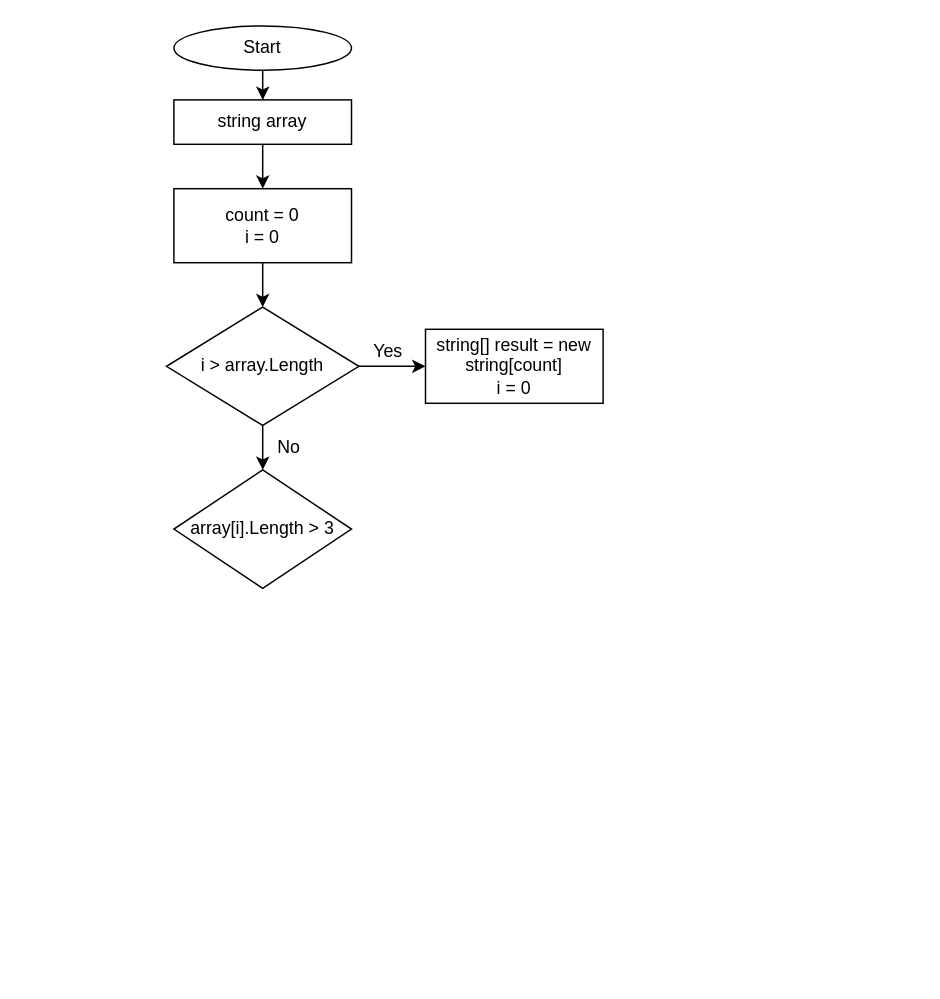
The draw.io diagram ControlTask001/Диаграмма без названия.drawio in stevgeniy/HomeWorkChek, before the edit. Source tidied: cells renumbered, new cells numbered last; positions are measured from the earlier drawing's top-left corner, leaving out a move shared by most shapes. Both pictures are drawn from the tidied source at 148%, with x=0, y=0 at pixel (166, 25).
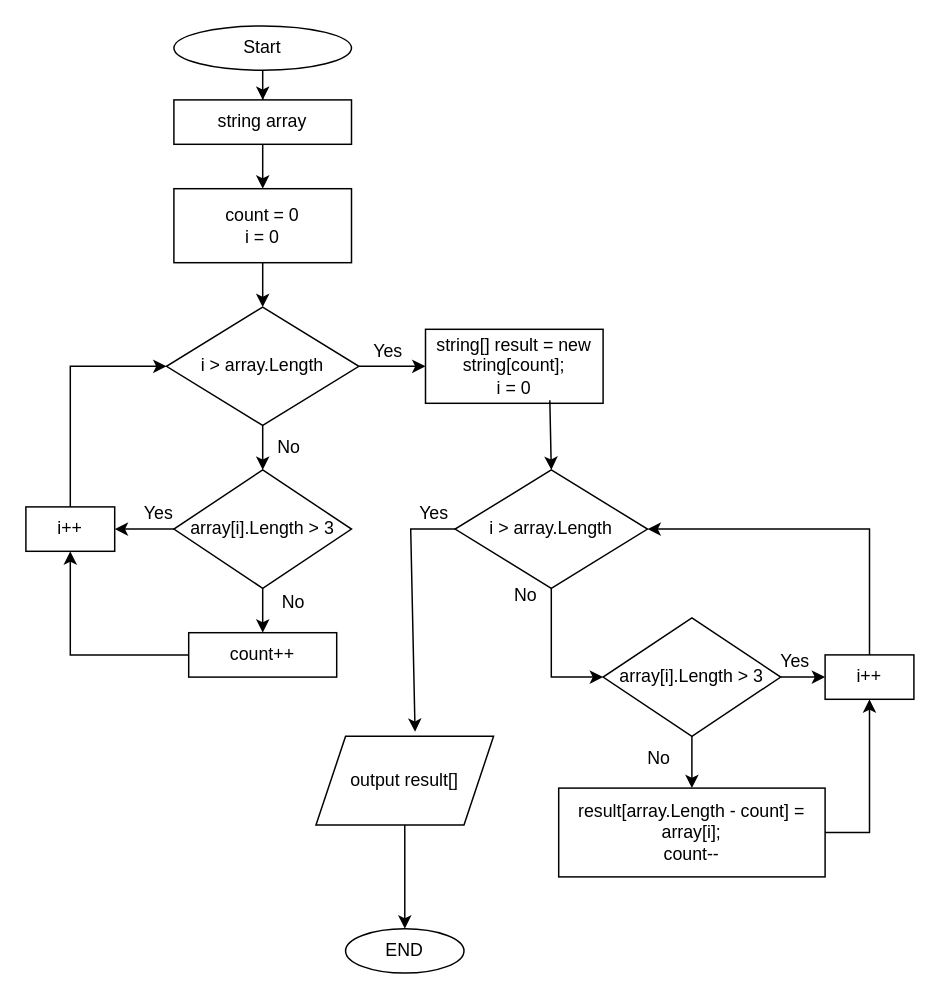
Above is the later version.

Unchanged cells that the change refers to:
```xml
<mxCell id="10" value="i &amp;gt; array.Length" style="rhombus;whiteSpace=wrap;html=1;" parent="1" vertex="1">
  <mxGeometry y="190" width="130" height="80" as="geometry" />
</mxCell>
<mxCell id="11" value="array[i].Length &amp;gt; 3" style="rhombus;whiteSpace=wrap;html=1;" parent="1" vertex="1">
  <mxGeometry x="5" y="300" width="120" height="80" as="geometry" />
</mxCell>
```

The edit, as a diff of the source:
```diff
@@
+    <mxCell id="15" style="edgeStyle=orthogonalEdgeStyle;rounded=0;jettySize=auto;html=1;" parent="1" edge="1" source="11" target="17">
+      <mxGeometry relative="1" as="geometry" />
+    </mxCell>
+    <mxCell id="16" style="edgeStyle=orthogonalEdgeStyle;rounded=0;jettySize=auto;html=1;" parent="1" edge="1" source="11" target="19">
+      <mxGeometry relative="1" as="geometry" />
+    </mxCell>
@@
-    <mxCell id="13" value="string[] result = new string[count]&lt;br&gt;i = 0" style="rounded=0;whiteSpace=wrap;html=1;" parent="1" vertex="1">
+    <mxCell id="13" value="string[] result = new string[count];&lt;br&gt;i = 0" style="rounded=0;whiteSpace=wrap;html=1;" parent="1" vertex="1">
       <mxGeometry x="175" y="205" width="120" height="50" as="geometry" />
     </mxCell>
@@
+    <mxCell id="17" value="count++" style="whiteSpace=wrap;html=1;" parent="1" vertex="1">
+      <mxGeometry x="15" y="410" width="100" height="30" as="geometry" />
+    </mxCell>
+    <mxCell id="18" value="No" style="text;html=1;strokeColor=none;fillColor=none;align=center;verticalAlign=middle;whiteSpace=wrap;rounded=0;" parent="1" vertex="1">
+      <mxGeometry x="65" y="380" width="42" height="20" as="geometry" />
+    </mxCell>
+    <mxCell id="19" value="i++" style="whiteSpace=wrap;html=1;" parent="1" vertex="1">
+      <mxGeometry x="-95" y="325" width="60" height="30" as="geometry" />
+    </mxCell>
+    <mxCell id="20" value="Yes" style="text;html=1;strokeColor=none;fillColor=none;align=center;verticalAlign=middle;whiteSpace=wrap;rounded=0;" parent="1" vertex="1">
+      <mxGeometry x="-25" y="320" width="40" height="20" as="geometry" />
+    </mxCell>
+    <mxCell id="21" style="endArrow=classic;html=1;rounded=0;exitX=0;exitY=0.5;exitDx=0;exitDy=0;entryX=0.5;entryY=1;entryDx=0;entryDy=0;" parent="1" edge="1" source="17" target="19">
+      <mxGeometry relative="1" as="geometry">
+        <Array as="points">
+          <mxPoint x="-65" y="425" />
+        </Array>
+      </mxGeometry>
+    </mxCell>
+    <mxCell id="22" style="endArrow=classic;html=1;rounded=0;exitX=0.5;exitY=0;exitDx=0;exitDy=0;entryX=0;entryY=0.5;entryDx=0;entryDy=0;" parent="1" edge="1" source="19" target="10">
+      <mxGeometry relative="1" as="geometry">
+        <Array as="points">
+          <mxPoint x="-65" y="230" />
+        </Array>
+      </mxGeometry>
+    </mxCell>
+    <mxCell id="23" style="edgeStyle=orthogonalEdgeStyle;rounded=0;jettySize=auto;html=1;" parent="1" edge="1" source="24" target="27">
+      <mxGeometry relative="1" as="geometry">
+        <Array as="points">
+          <mxPoint x="260" y="440" />
+        </Array>
+      </mxGeometry>
+    </mxCell>
+    <mxCell id="24" value="i &amp;gt; array.Length" style="rhombus;whiteSpace=wrap;html=1;" parent="1" vertex="1">
+      <mxGeometry x="195" y="300" width="130" height="80" as="geometry" />
+    </mxCell>
+    <mxCell id="25" style="edgeStyle=orthogonalEdgeStyle;rounded=0;jettySize=auto;html=1;" parent="1" edge="1" source="27" target="35">
+      <mxGeometry relative="1" as="geometry" />
+    </mxCell>
+    <mxCell id="26" style="edgeStyle=orthogonalEdgeStyle;rounded=0;jettySize=auto;html=1;" parent="1" edge="1" source="27" target="39">
+      <mxGeometry relative="1" as="geometry" />
+    </mxCell>
+    <mxCell id="27" value="array[i].Length &amp;gt; 3" style="rhombus;whiteSpace=wrap;html=1;" parent="1" vertex="1">
+      <mxGeometry x="295" y="400" width="120" height="80" as="geometry" />
+    </mxCell>
+    <mxCell id="28" value="No" style="text;html=1;strokeColor=none;fillColor=none;align=center;verticalAlign=middle;whiteSpace=wrap;rounded=0;" parent="1" vertex="1">
+      <mxGeometry x="225" y="380" width="36" height="10" as="geometry" />
+    </mxCell>
+    <mxCell id="29" style="endArrow=classic;html=1;rounded=0;exitX=0.7;exitY=0.96;exitDx=0;exitDy=0;entryX=0.5;entryY=0;entryDx=0;entryDy=0;exitPerimeter=0;" parent="1" edge="1" source="13">
+      <mxGeometry relative="1" as="geometry">
+        <mxPoint x="260" y="300" as="targetPoint" />
+      </mxGeometry>
+    </mxCell>
+    <mxCell id="30" style="edgeStyle=orthogonalEdgeStyle;rounded=0;jettySize=auto;html=1;" parent="1" edge="1" source="31" target="33">
+      <mxGeometry relative="1" as="geometry" />
+    </mxCell>
+    <mxCell id="31" value="output result[]" style="shape=parallelogram;perimeter=parallelogramPerimeter;whiteSpace=wrap;html=1;fixedSize=1;" parent="1" vertex="1">
+      <mxGeometry x="101" y="480" width="120" height="60" as="geometry" />
+    </mxCell>
+    <mxCell id="32" style="endArrow=classic;html=1;rounded=0;exitX=0;exitY=0.5;exitDx=0;exitDy=0;entryX=0.558;entryY=-0.05;entryDx=0;entryDy=0;entryPerimeter=0;" parent="1" edge="1" source="24" target="31">
+      <mxGeometry relative="1" as="geometry">
+        <Array as="points">
+          <mxPoint x="165" y="340" />
+        </Array>
+      </mxGeometry>
+    </mxCell>
+    <mxCell id="33" value="END" style="ellipse;whiteSpace=wrap;html=1;" parent="1" vertex="1">
+      <mxGeometry x="121" y="610" width="80" height="30" as="geometry" />
+    </mxCell>
+    <mxCell id="34" value="Yes" style="text;html=1;strokeColor=none;fillColor=none;align=center;verticalAlign=middle;whiteSpace=wrap;rounded=0;" parent="1" vertex="1">
+      <mxGeometry x="161" y="320" width="40" height="20" as="geometry" />
+    </mxCell>
+    <mxCell id="35" value="i++" style="whiteSpace=wrap;html=1;" parent="1" vertex="1">
+      <mxGeometry x="445" y="425" width="60" height="30" as="geometry" />
+    </mxCell>
+    <mxCell id="36" style="endArrow=classic;html=1;rounded=0;exitX=0.5;exitY=0;exitDx=0;exitDy=0;entryX=1;entryY=0.5;entryDx=0;entryDy=0;" parent="1" edge="1" source="35" target="24">
+      <mxGeometry relative="1" as="geometry">
+        <Array as="points">
+          <mxPoint x="475" y="340" />
+        </Array>
+      </mxGeometry>
+    </mxCell>
+    <mxCell id="37" value="Yes" style="text;html=1;strokeColor=none;fillColor=none;align=center;verticalAlign=middle;whiteSpace=wrap;rounded=0;" parent="1" vertex="1">
+      <mxGeometry x="405" y="420" width="40" height="20" as="geometry" />
+    </mxCell>
+    <mxCell id="38" value="No" style="text;html=1;strokeColor=none;fillColor=none;align=center;verticalAlign=middle;whiteSpace=wrap;rounded=0;" parent="1" vertex="1">
+      <mxGeometry x="315" y="490" width="36" height="10" as="geometry" />
+    </mxCell>
+    <mxCell id="39" value="result[array.Length - count] = array[i];&lt;br&gt;count--" style="whiteSpace=wrap;html=1;" parent="1" vertex="1">
+      <mxGeometry x="265" y="515" width="180" height="60" as="geometry" />
+    </mxCell>
+    <mxCell id="40" style="endArrow=classic;html=1;rounded=0;exitX=1;exitY=0.5;exitDx=0;exitDy=0;entryX=0.5;entryY=1;entryDx=0;entryDy=0;" parent="1" edge="1" source="39" target="35">
+      <mxGeometry relative="1" as="geometry">
+        <Array as="points">
+          <mxPoint x="475" y="545" />
+        </Array>
+      </mxGeometry>
+    </mxCell>
```
